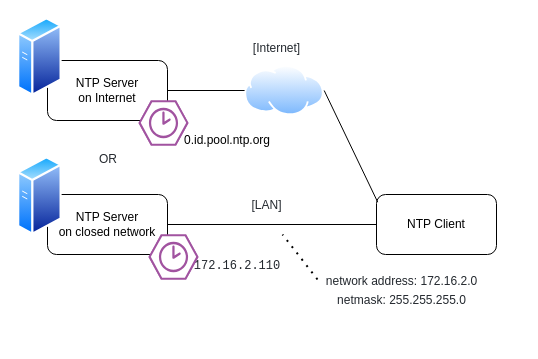
This is page "ntp2" (23 of 24) of Developer's Guide/MataElang Services.drawio from mata-elang-stable/DevelopersGuide, a draw.io file, before an edit. Source tidied: cells renumbered, new cells numbered last; positions are measured from the earlier drawing's top-left corner, leaving out a move shared by most shapes. Both pictures are drawn from the tidied source at 100%, with x=0, y=0 at pixel (17, 17).
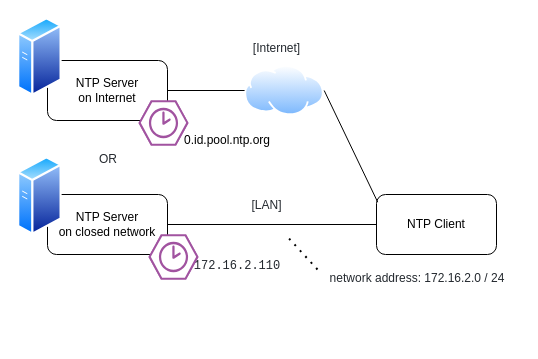
The same page after the edit.

Commit message:
NTP diagram updated.

What changed in the source:
```diff
@@
 <mxGraphModel>
   <root>
     <mxCell id="0" />
     <mxCell id="1" parent="0" />
     <mxCell id="2" value="NTP Server&lt;br&gt;on closed network" style="rounded=1;whiteSpace=wrap;html=1;" parent="1" vertex="1">
       <mxGeometry x="30" y="177" width="120" height="60" as="geometry" />
     </mxCell>
     <mxCell id="3" value="NTP Client" style="rounded=1;whiteSpace=wrap;html=1;" parent="1" vertex="1">
       <mxGeometry x="359" y="177" width="120" height="60" as="geometry" />
     </mxCell>
     <mxCell id="4" value="NTP Server&lt;br&gt;on Internet" style="rounded=1;whiteSpace=wrap;html=1;" parent="1" vertex="1">
       <mxGeometry x="30" y="43" width="120" height="60" as="geometry" />
     </mxCell>
     <mxCell id="5" value="&lt;pre style=&quot;box-sizing: border-box ; margin-top: 0px ; margin-bottom: 16px ; overflow-wrap: normal ; padding: 16px ; overflow: auto ; line-height: 1.45 ; border-radius: 6px ; color: rgb(36 , 41 , 47)&quot;&gt;172.16.2.110&lt;/pre&gt;" style="text;html=1;strokeColor=none;fillColor=none;align=center;verticalAlign=middle;whiteSpace=wrap;rounded=0;" parent="1" vertex="1">
       <mxGeometry x="140" y="237" width="160" height="40" as="geometry" />
     </mxCell>
     <mxCell id="6" style="endArrow=none;html=1;rounded=0;fontFamily=Helvetica;fontSize=12;entryX=1;entryY=0.5;entryDx=0;entryDy=0;exitX=0;exitY=0.5;exitDx=0;exitDy=0;startArrow=none;" parent="1" edge="1" source="9" target="4">
       <mxGeometry relative="1" as="geometry" />
     </mxCell>
     <mxCell id="7" value="&lt;pre style=&quot;box-sizing: border-box ; margin-top: 0px ; margin-bottom: 16px ; overflow-wrap: normal ; padding: 16px ; overflow: auto ; line-height: 1.45 ; border-radius: 6px ; color: rgb(36 , 41 , 47)&quot;&gt;&lt;font face=&quot;Helvetica&quot;&gt;OR&lt;/font&gt;&lt;/pre&gt;" style="text;html=1;strokeColor=none;fillColor=none;align=center;verticalAlign=middle;whiteSpace=wrap;rounded=0;" parent="1" vertex="1">
       <mxGeometry x="11" y="131" width="160" height="40" as="geometry" />
     </mxCell>
-    <mxCell id="8" value="&lt;pre style=&quot;box-sizing: border-box ; margin-top: 0px ; margin-bottom: 16px ; overflow-wrap: normal ; padding: 16px ; overflow: auto ; line-height: 1.45 ; border-radius: 6px ; color: rgb(36 , 41 , 47)&quot;&gt;&lt;font face=&quot;Helvetica&quot;&gt;network address: 172.16.2.0&lt;br&gt;netmask: 255.255.255.0&lt;/font&gt;&lt;/pre&gt;" style="text;html=1;strokeColor=none;fillColor=none;align=center;verticalAlign=middle;whiteSpace=wrap;rounded=0;" parent="1" vertex="1">
-      <mxGeometry x="300" y="262" width="169" height="40" as="geometry" />
+    <mxCell id="8" value="&lt;pre style=&quot;box-sizing: border-box ; margin-top: 0px ; margin-bottom: 16px ; overflow-wrap: normal ; padding: 16px ; overflow: auto ; line-height: 1.45 ; border-radius: 6px ; color: rgb(36 , 41 , 47)&quot;&gt;&lt;font face=&quot;Helvetica&quot;&gt;network address: 172.16.2.0 / 24&lt;br&gt;&lt;/font&gt;&lt;/pre&gt;" style="text;html=1;strokeColor=none;fillColor=none;align=center;verticalAlign=middle;whiteSpace=wrap;rounded=0;" parent="1" vertex="1">
+      <mxGeometry x="300" y="252" width="200" height="36" as="geometry" />
     </mxCell>
     <mxCell id="9" style="perimeter=ellipsePerimeter;html=1;align=center;shadow=0;dashed=0;spacingTop=3;image;image=img/lib/active_directory/internet_cloud.svg;fontFamily=Helvetica;fontSize=12;" parent="1" vertex="1">
       <mxGeometry x="227.3" y="48" width="79.4" height="50" as="geometry" />
     </mxCell>
     <mxCell id="10" style="endArrow=none;html=1;rounded=0;fontFamily=Helvetica;fontSize=12;entryX=1;entryY=0.5;entryDx=0;entryDy=0;exitX=0.01;exitY=0.127;exitDx=0;exitDy=0;exitPerimeter=0;" parent="1" edge="1" source="3" target="9">
       <mxGeometry relative="1" as="geometry" />
     </mxCell>
     <mxCell id="11" style="endArrow=none;html=1;rounded=0;fontFamily=Helvetica;fontSize=12;exitX=1;exitY=0.5;exitDx=0;exitDy=0;entryX=0;entryY=0.5;entryDx=0;entryDy=0;" parent="1" edge="1" source="2" target="3">
       <mxGeometry relative="1" as="geometry" />
     </mxCell>
     <mxCell id="12" value="&lt;pre style=&quot;box-sizing: border-box ; margin-top: 0px ; margin-bottom: 16px ; overflow-wrap: normal ; padding: 16px ; overflow: auto ; line-height: 1.45 ; border-radius: 6px ; color: rgb(36 , 41 , 47)&quot;&gt;&lt;font face=&quot;Helvetica&quot;&gt;[Internet]&lt;/font&gt;&lt;/pre&gt;" style="text;html=1;strokeColor=none;fillColor=none;align=center;verticalAlign=middle;whiteSpace=wrap;rounded=0;" parent="1" vertex="1">
       <mxGeometry x="160" y="19.5" width="199" height="40" as="geometry" />
     </mxCell>
     <mxCell id="13" value="0.id.pool.ntp.org" style="text;html=1;strokeColor=none;fillColor=none;align=center;verticalAlign=middle;whiteSpace=wrap;rounded=0;" parent="1" vertex="1">
       <mxGeometry x="160" y="108" width="100" height="30" as="geometry" />
     </mxCell>
     <mxCell id="14" style="verticalLabelPosition=bottom;sketch=0;html=1;fillColor=#A153A0;strokeColor=#ffffff;verticalAlign=top;align=center;shape=mxgraph.cisco_safe.compositeIcon;bgIcon=mxgraph.cisco_safe.design.blank_device;resIcon=mxgraph.cisco_safe.design.ntp_2;" parent="1" vertex="1">
       <mxGeometry x="121" y="83" width="50" height="45" as="geometry" />
     </mxCell>
     <mxCell id="15" style="verticalLabelPosition=bottom;sketch=0;html=1;fillColor=#A153A0;strokeColor=#ffffff;verticalAlign=top;align=center;shape=mxgraph.cisco_safe.compositeIcon;bgIcon=mxgraph.cisco_safe.design.blank_device;resIcon=mxgraph.cisco_safe.design.ntp_2;" parent="1" vertex="1">
       <mxGeometry x="131" y="217" width="50" height="45" as="geometry" />
     </mxCell>
     <mxCell id="16" style="perimeter=ellipsePerimeter;html=1;align=center;shadow=0;dashed=0;spacingTop=3;image;image=img/lib/active_directory/generic_server.svg;" parent="1" vertex="1">
       <mxGeometry y="-0.5" width="44.8" height="80" as="geometry" />
     </mxCell>
     <mxCell id="17" style="perimeter=ellipsePerimeter;html=1;align=center;shadow=0;dashed=0;spacingTop=3;image;image=img/lib/active_directory/generic_server.svg;" parent="1" vertex="1">
       <mxGeometry y="138.5" width="44.8" height="80" as="geometry" />
     </mxCell>
     <mxCell id="18" value="&lt;pre style=&quot;box-sizing: border-box ; margin-top: 0px ; margin-bottom: 16px ; overflow-wrap: normal ; padding: 16px ; overflow: auto ; line-height: 1.45 ; border-radius: 6px ; color: rgb(36 , 41 , 47)&quot;&gt;&lt;font face=&quot;Helvetica&quot;&gt;[LAN]&lt;/font&gt;&lt;/pre&gt;" style="text;html=1;strokeColor=none;fillColor=none;align=center;verticalAlign=middle;whiteSpace=wrap;rounded=0;" parent="1" vertex="1">
       <mxGeometry x="150" y="177" width="199" height="40" as="geometry" />
     </mxCell>
     <mxCell id="19" style="endArrow=none;dashed=1;html=1;dashPattern=1 3;strokeWidth=2;rounded=0;exitX=0;exitY=0;exitDx=0;exitDy=0;" parent="1" edge="1" source="8" target="18">
       <mxGeometry relative="1" as="geometry" />
     </mxCell>
   </root>
 </mxGraphModel>
```
